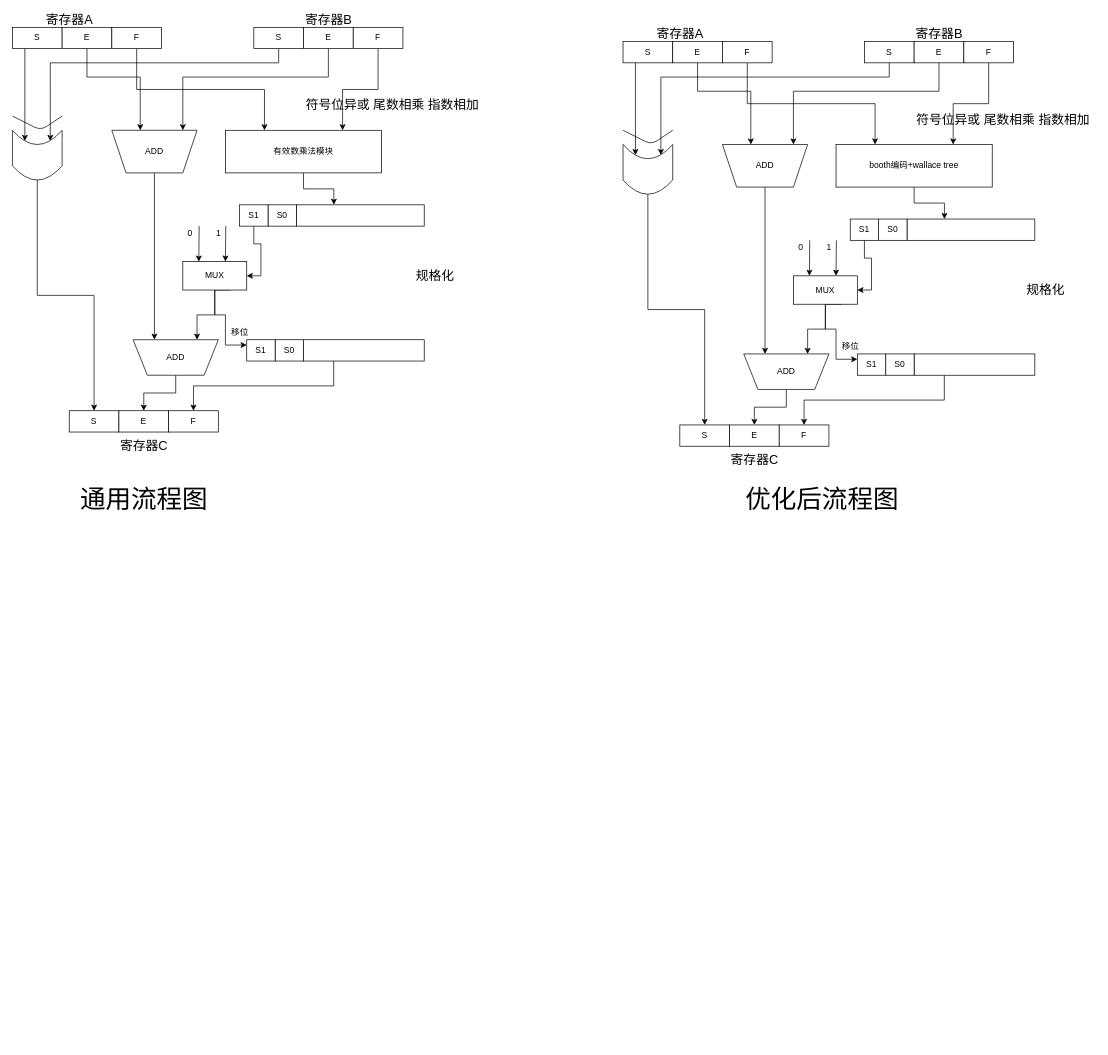
This is page "浮点乘法流程图" (1 of 3) of Copy of float_mul(供参考).drawio from muguang123/drwaio, a draw.io file, before an edit. Source tidied: cells renumbered, new cells numbered last; positions are measured from the earlier drawing's top-left corner, leaving out a move shared by most shapes. Both pictures are drawn from the tidied source at 71%, with x=0, y=0 at pixel (12, 13).
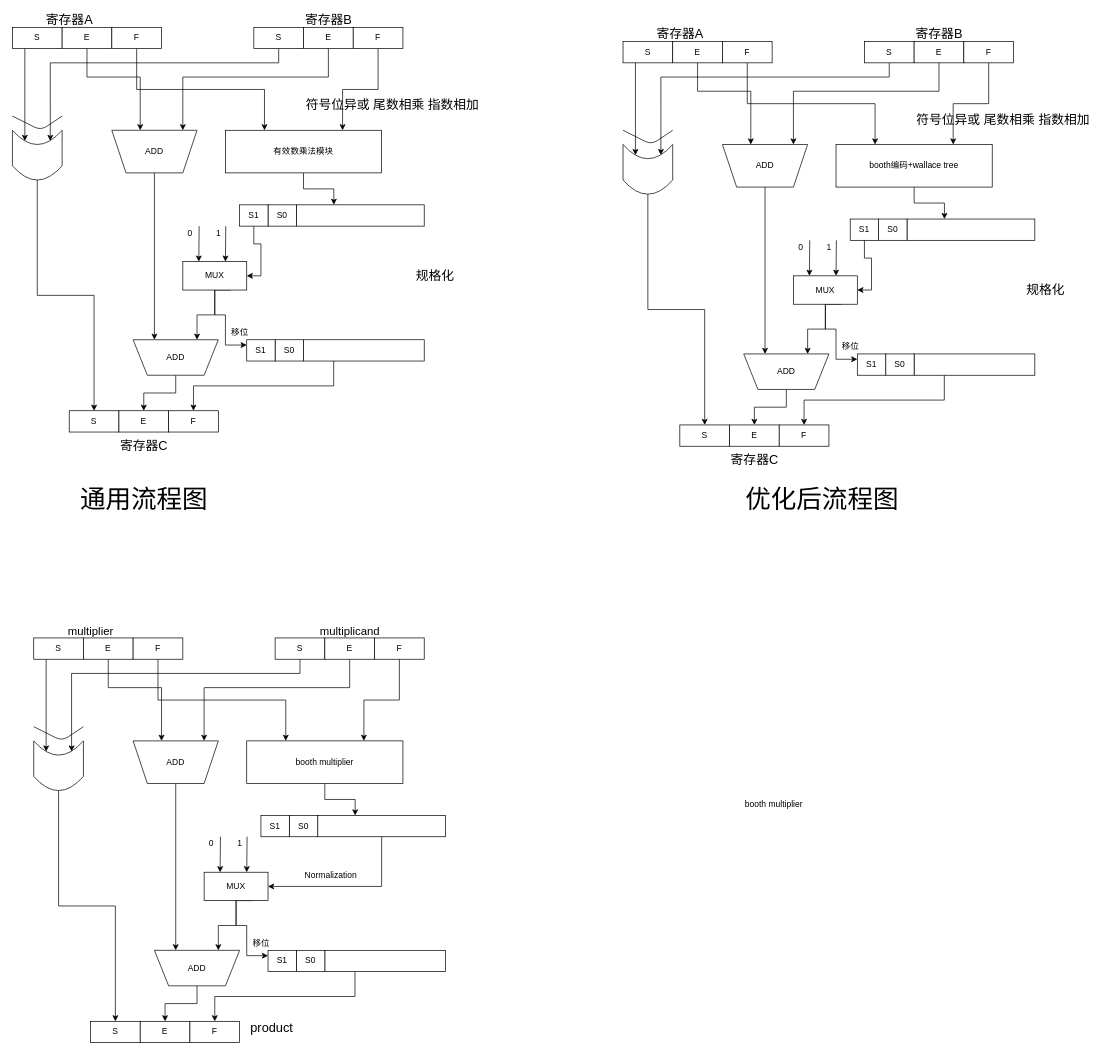
Above is the later version.

The edit, as a diff of the source:
```diff
@@
+    <mxCell id="94" style="edgeStyle=orthogonalEdgeStyle;rounded=0;jettySize=auto;html=1;exitX=0.25;exitY=1;exitDx=0;exitDy=0;entryX=0.786;entryY=0.25;entryDx=0;entryDy=0;entryPerimeter=0;" parent="1" edge="1" source="95" target="109">
+      <mxGeometry relative="1" as="geometry" />
+    </mxCell>
+    <mxCell id="95" value="S" style="rounded=0;whiteSpace=wrap;html=1;" parent="1" vertex="1">
+      <mxGeometry x="30" y="880" width="70" height="30" as="geometry" />
+    </mxCell>
+    <mxCell id="96" style="edgeStyle=orthogonalEdgeStyle;rounded=0;jettySize=auto;html=1;exitX=0.5;exitY=1;exitDx=0;exitDy=0;entryX=0.25;entryY=0;entryDx=0;entryDy=0;" parent="1" edge="1" source="97">
+      <mxGeometry relative="1" as="geometry">
+        <mxPoint x="210" y="1025" as="targetPoint" />
+        <Array as="points">
+          <mxPoint x="135" y="950" />
+          <mxPoint x="210" y="950" />
+        </Array>
+      </mxGeometry>
+    </mxCell>
+    <mxCell id="97" value="E" style="rounded=0;whiteSpace=wrap;html=1;" parent="1" vertex="1">
+      <mxGeometry x="100" y="880" width="70" height="30" as="geometry" />
+    </mxCell>
+    <mxCell id="98" style="edgeStyle=orthogonalEdgeStyle;rounded=0;jettySize=auto;html=1;exitX=0.5;exitY=1;exitDx=0;exitDy=0;entryX=0.25;entryY=0;entryDx=0;entryDy=0;" parent="1" edge="1" source="99" target="107">
+      <mxGeometry relative="1" as="geometry" />
+    </mxCell>
+    <mxCell id="99" value="F" style="rounded=0;whiteSpace=wrap;html=1;" parent="1" vertex="1">
+      <mxGeometry x="170" y="880" width="70" height="30" as="geometry" />
+    </mxCell>
+    <mxCell id="100" style="edgeStyle=orthogonalEdgeStyle;rounded=0;jettySize=auto;html=1;exitX=0.5;exitY=1;exitDx=0;exitDy=0;entryX=0.786;entryY=0.762;entryDx=0;entryDy=0;entryPerimeter=0;" parent="1" edge="1" source="101" target="109">
+      <mxGeometry relative="1" as="geometry">
+        <Array as="points">
+          <mxPoint x="405" y="930" />
+          <mxPoint x="83" y="930" />
+        </Array>
+      </mxGeometry>
+    </mxCell>
+    <mxCell id="101" value="S" style="rounded=0;whiteSpace=wrap;html=1;" parent="1" vertex="1">
+      <mxGeometry x="370" y="880" width="70" height="30" as="geometry" />
+    </mxCell>
+    <mxCell id="102" style="edgeStyle=orthogonalEdgeStyle;rounded=0;jettySize=auto;html=1;exitX=0.5;exitY=1;exitDx=0;exitDy=0;entryX=0.75;entryY=0;entryDx=0;entryDy=0;" parent="1" edge="1" source="103">
+      <mxGeometry relative="1" as="geometry">
+        <mxPoint x="270" y="1025" as="targetPoint" />
+        <Array as="points">
+          <mxPoint x="475" y="950" />
+          <mxPoint x="270" y="950" />
+        </Array>
+      </mxGeometry>
+    </mxCell>
+    <mxCell id="103" value="E" style="rounded=0;whiteSpace=wrap;html=1;" parent="1" vertex="1">
+      <mxGeometry x="440" y="880" width="70" height="30" as="geometry" />
+    </mxCell>
+    <mxCell id="104" style="edgeStyle=orthogonalEdgeStyle;rounded=0;jettySize=auto;html=1;exitX=0.5;exitY=1;exitDx=0;exitDy=0;entryX=0.75;entryY=0;entryDx=0;entryDy=0;" parent="1" edge="1" source="105" target="107">
+      <mxGeometry relative="1" as="geometry" />
+    </mxCell>
+    <mxCell id="105" value="F" style="rounded=0;whiteSpace=wrap;html=1;" parent="1" vertex="1">
+      <mxGeometry x="510" y="880" width="70" height="30" as="geometry" />
+    </mxCell>
+    <mxCell id="106" style="edgeStyle=orthogonalEdgeStyle;rounded=0;jettySize=auto;html=1;exitX=0.5;exitY=1;exitDx=0;exitDy=0;entryX=0.293;entryY=0;entryDx=0;entryDy=0;entryPerimeter=0;" parent="1" edge="1" source="107" target="113">
+      <mxGeometry relative="1" as="geometry" />
+    </mxCell>
+    <mxCell id="107" value="booth&amp;nbsp;&lt;span style=&quot;text-align: left&quot;&gt;multiplier&lt;/span&gt;" style="rounded=0;whiteSpace=wrap;html=1;" parent="1" vertex="1">
+      <mxGeometry x="330" y="1025" width="220" height="60" as="geometry" />
+    </mxCell>
+    <mxCell id="108" style="edgeStyle=orthogonalEdgeStyle;rounded=0;jettySize=auto;html=1;exitX=0;exitY=0.5;exitDx=0;exitDy=0;" parent="1" edge="1" source="109" target="131">
+      <mxGeometry relative="1" as="geometry" />
+    </mxCell>
+    <mxCell id="109" style="shape=dataStorage;whiteSpace=wrap;html=1;fixedSize=1;direction=north;" parent="1" vertex="1">
+      <mxGeometry x="30" y="1025" width="70" height="70" as="geometry" />
+    </mxCell>
+    <mxCell id="110" style="endArrow=none;html=1;" parent="1" edge="1">
+      <mxGeometry relative="1" as="geometry">
+        <mxPoint x="30" y="1005" as="sourcePoint" />
+        <mxPoint x="100" y="1005" as="targetPoint" />
+        <Array as="points">
+          <mxPoint x="70" y="1025" />
+        </Array>
+      </mxGeometry>
+    </mxCell>
+    <mxCell id="111" style="edgeStyle=orthogonalEdgeStyle;rounded=0;jettySize=auto;html=1;exitX=0.5;exitY=0;exitDx=0;exitDy=0;entryX=0.75;entryY=1;entryDx=0;entryDy=0;" parent="1" edge="1" source="112" target="118">
+      <mxGeometry relative="1" as="geometry" />
+    </mxCell>
+    <mxCell id="112" value="ADD" style="shape=trapezoid;perimeter=trapezoidPerimeter;whiteSpace=wrap;html=1;fixedSize=1;direction=west;" parent="1" vertex="1">
+      <mxGeometry x="170" y="1025" width="120" height="60" as="geometry" />
+    </mxCell>
+    <mxCell id="113" style="rounded=0;whiteSpace=wrap;html=1;" parent="1" vertex="1">
+      <mxGeometry x="430" y="1130" width="180" height="30" as="geometry" />
+    </mxCell>
+    <mxCell id="114" value="S0" style="rounded=0;whiteSpace=wrap;html=1;" parent="1" vertex="1">
+      <mxGeometry x="390" y="1130" width="40" height="30" as="geometry" />
+    </mxCell>
+    <mxCell id="115" style="edgeStyle=orthogonalEdgeStyle;rounded=0;jettySize=auto;html=1;exitX=0.5;exitY=1;exitDx=0;exitDy=0;entryX=1;entryY=0.5;entryDx=0;entryDy=0;" parent="1" edge="1" source="113" target="121">
+      <mxGeometry relative="1" as="geometry" />
+    </mxCell>
+    <mxCell id="116" value="S1" style="rounded=0;whiteSpace=wrap;html=1;" parent="1" vertex="1">
+      <mxGeometry x="350" y="1130" width="40" height="30" as="geometry" />
+    </mxCell>
+    <mxCell id="117" style="edgeStyle=orthogonalEdgeStyle;rounded=0;jettySize=auto;html=1;exitX=0.5;exitY=0;exitDx=0;exitDy=0;entryX=0.5;entryY=0;entryDx=0;entryDy=0;" parent="1" edge="1" source="118" target="132">
+      <mxGeometry relative="1" as="geometry" />
+    </mxCell>
+    <mxCell id="118" value="ADD" style="shape=trapezoid;perimeter=trapezoidPerimeter;whiteSpace=wrap;html=1;fixedSize=1;direction=west;" parent="1" vertex="1">
+      <mxGeometry x="200" y="1320" width="120" height="50" as="geometry" />
+    </mxCell>
+    <mxCell id="119" style="edgeStyle=orthogonalEdgeStyle;rounded=0;jettySize=auto;html=1;exitX=0.5;exitY=1;exitDx=0;exitDy=0;entryX=0.25;entryY=1;entryDx=0;entryDy=0;" parent="1" edge="1" source="121" target="118">
+      <mxGeometry relative="1" as="geometry" />
+    </mxCell>
+    <mxCell id="120" style="edgeStyle=orthogonalEdgeStyle;rounded=0;jettySize=auto;html=1;exitX=0.75;exitY=1;exitDx=0;exitDy=0;entryX=0;entryY=0.25;entryDx=0;entryDy=0;" parent="1" edge="1" source="121" target="129">
+      <mxGeometry relative="1" as="geometry">
+        <Array as="points">
+          <mxPoint x="315" y="1250" />
+          <mxPoint x="315" y="1285" />
+          <mxPoint x="330" y="1285" />
+          <mxPoint x="330" y="1328" />
+        </Array>
+      </mxGeometry>
+    </mxCell>
+    <mxCell id="121" value="MUX" style="whiteSpace=wrap;html=1;" parent="1" vertex="1">
+      <mxGeometry x="270" y="1210" width="90" height="40" as="geometry" />
+    </mxCell>
+    <mxCell id="122" style="endArrow=classic;html=1;entryX=0.25;entryY=0;entryDx=0;entryDy=0;" parent="1" edge="1" target="121">
+      <mxGeometry relative="1" as="geometry">
+        <mxPoint x="293" y="1160" as="sourcePoint" />
+      </mxGeometry>
+    </mxCell>
+    <mxCell id="123" style="endArrow=classic;html=1;entryX=0.25;entryY=0;entryDx=0;entryDy=0;" parent="1" edge="1">
+      <mxGeometry relative="1" as="geometry">
+        <mxPoint x="330.5" y="1160" as="sourcePoint" />
+        <mxPoint x="330" y="1210" as="targetPoint" />
+      </mxGeometry>
+    </mxCell>
+    <mxCell id="124" value="0" style="text;html=1;align=center;verticalAlign=middle;" parent="1" vertex="1">
+      <mxGeometry x="270" y="1160" width="20" height="20" as="geometry" />
+    </mxCell>
+    <mxCell id="125" value="1" style="text;html=1;align=center;verticalAlign=middle;" parent="1" vertex="1">
+      <mxGeometry x="310" y="1160" width="20" height="20" as="geometry" />
+    </mxCell>
+    <mxCell id="126" style="edgeStyle=orthogonalEdgeStyle;rounded=0;jettySize=auto;html=1;exitX=0.25;exitY=1;exitDx=0;exitDy=0;" parent="1" edge="1" source="127" target="133">
+      <mxGeometry relative="1" as="geometry" />
+    </mxCell>
+    <mxCell id="127" style="rounded=0;whiteSpace=wrap;html=1;" parent="1" vertex="1">
+      <mxGeometry x="440" y="1320" width="170" height="30" as="geometry" />
+    </mxCell>
+    <mxCell id="128" value="S0" style="rounded=0;whiteSpace=wrap;html=1;" parent="1" vertex="1">
+      <mxGeometry x="400" y="1320" width="40" height="30" as="geometry" />
+    </mxCell>
+    <mxCell id="129" value="S1" style="rounded=0;whiteSpace=wrap;html=1;" parent="1" vertex="1">
+      <mxGeometry x="360" y="1320" width="40" height="30" as="geometry" />
+    </mxCell>
+    <mxCell id="130" value="移位" style="text;html=1;align=center;verticalAlign=middle;" parent="1" vertex="1">
+      <mxGeometry x="330" y="1300" width="40" height="20" as="geometry" />
+    </mxCell>
+    <mxCell id="131" value="S" style="rounded=0;whiteSpace=wrap;html=1;" parent="1" vertex="1">
+      <mxGeometry x="110" y="1420" width="70" height="30" as="geometry" />
+    </mxCell>
+    <mxCell id="132" value="E" style="rounded=0;whiteSpace=wrap;html=1;" parent="1" vertex="1">
+      <mxGeometry x="180" y="1420" width="70" height="30" as="geometry" />
+    </mxCell>
+    <mxCell id="133" value="F" style="rounded=0;whiteSpace=wrap;html=1;" parent="1" vertex="1">
+      <mxGeometry x="250" y="1420" width="70" height="30" as="geometry" />
+    </mxCell>
+    <mxCell id="134" value="&lt;span style=&quot;text-align: left&quot;&gt;&lt;font style=&quot;font-size: 16px&quot;&gt;multiplier&lt;/font&gt;&lt;/span&gt;" style="text;html=1;align=center;verticalAlign=middle;" parent="1" vertex="1">
+      <mxGeometry x="70" y="860" width="80" height="20" as="geometry" />
+    </mxCell>
+    <mxCell id="135" value="&lt;span style=&quot;text-align: left&quot;&gt;&lt;font style=&quot;font-size: 16px&quot;&gt;multiplicand&lt;/font&gt;&lt;/span&gt;" style="text;html=1;align=center;verticalAlign=middle;" parent="1" vertex="1">
+      <mxGeometry x="425" y="860" width="100" height="20" as="geometry" />
+    </mxCell>
+    <mxCell id="136" value="&lt;font style=&quot;font-size: 18px&quot;&gt;product&lt;/font&gt;" style="text;html=1;align=center;verticalAlign=middle;" parent="1" vertex="1">
+      <mxGeometry x="325" y="1420" width="80" height="20" as="geometry" />
+    </mxCell>
+    <mxCell id="137" value="booth multiplier" style="text;whiteSpace=wrap;html=1;" parent="1" vertex="1">
+      <mxGeometry x="1030" y="1100" width="300" height="30" as="geometry" />
+    </mxCell>
+    <mxCell id="138" value="Normalization" style="text;whiteSpace=wrap;html=1;" parent="1" vertex="1">
+      <mxGeometry x="410" y="1200" width="100" height="30" as="geometry" />
+    </mxCell>
```
